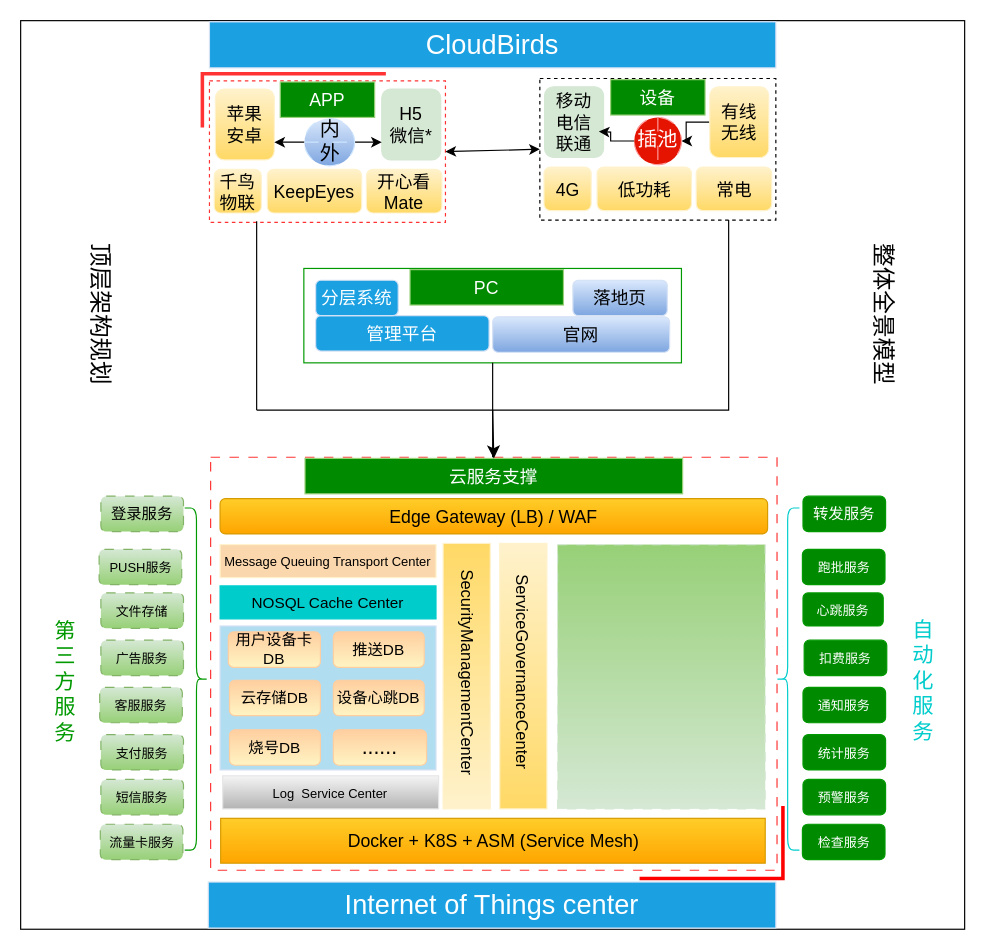
This is cloudbirds/整体全景模型.drawio from luoyongshun/framework, a draw.io file, before an edit. Source tidied: cells renumbered, new cells numbered last; positions are measured from the earlier drawing's top-left corner, leaving out a move shared by most shapes. Both pictures are drawn from the tidied source at 118%, with x=0, y=0 at pixel (-31, 20).
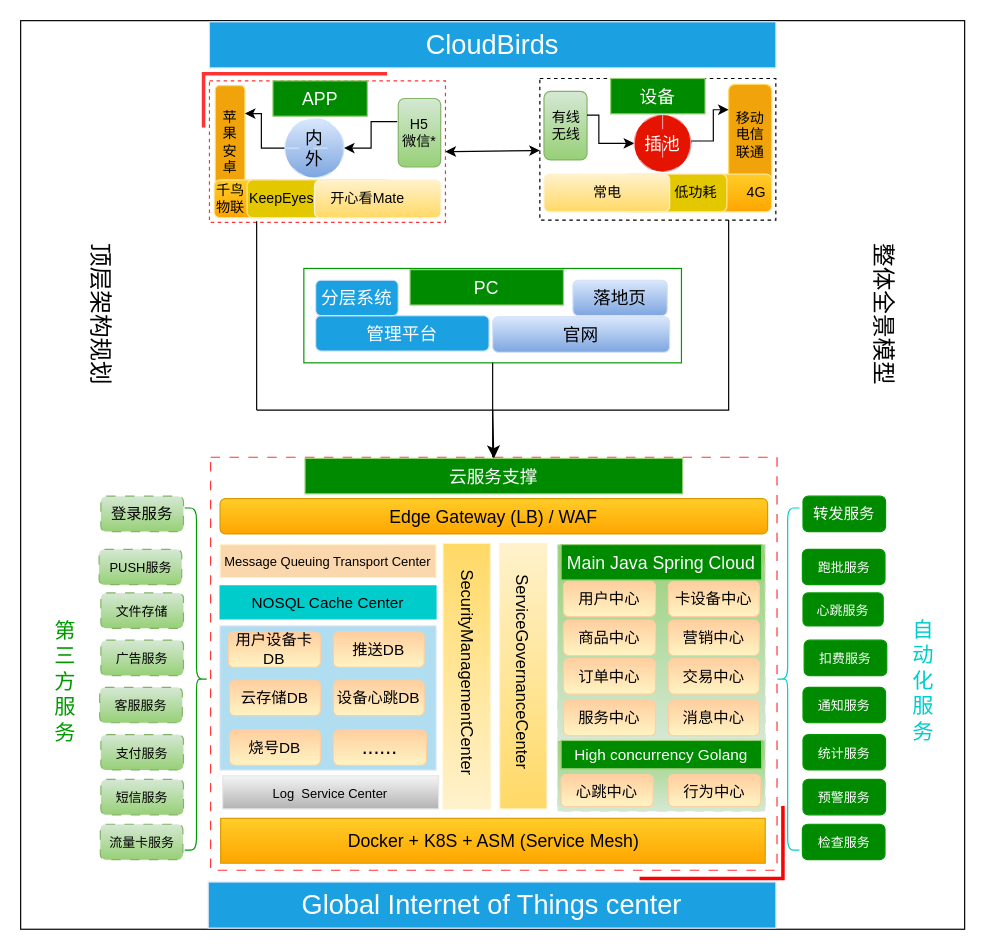
Above is the later version.

Commit message (it also covers changes not shown here):
更新整体全景模型.drawio

Unchanged cells that the change refers to:
```xml
<mxCell id="4" style="rounded=0;whiteSpace=wrap;html=1;fontSize=15;strokeColor=#FF3333;dashed=1;" parent="1" vertex="1">
  <mxGeometry x="203" y="51" width="200" height="120" as="geometry" />
</mxCell>
<mxCell id="5" style="rounded=0;whiteSpace=wrap;html=1;fontSize=15;dashed=1;" parent="1" vertex="1">
  <mxGeometry x="483" y="49" width="200" height="120" as="geometry" />
</mxCell>
```

The edit, as a diff of the source:
```diff
@@
     <mxCell id="7" value="APP" style="text;html=1;align=center;verticalAlign=middle;whiteSpace=wrap;rounded=0;fontSize=15;fillColor=#008a00;fontColor=#ffffff;strokeColor=#97D077;" parent="1" vertex="1">
-      <mxGeometry x="263" y="52" width="80" height="30" as="geometry" />
+      <mxGeometry x="256.8" y="51" width="80" height="30" as="geometry" />
     </mxCell>
     <mxCell id="8" value="设备" style="text;html=1;align=center;verticalAlign=middle;whiteSpace=wrap;rounded=0;fontSize=15;fillColor=#008a00;fontColor=#ffffff;strokeColor=#97D077;" parent="1" vertex="1">
-      <mxGeometry x="543" y="50" width="80" height="30" as="geometry" />
+      <mxGeometry x="543" y="49" width="80" height="30" as="geometry" />
     </mxCell>
@@
-    <mxCell id="11" value="苹果&lt;br&gt;安卓" style="rounded=1;whiteSpace=wrap;html=1;fontSize=15;fillColor=#fff2cc;gradientColor=#ffd966;strokeColor=#FFF2CC;" parent="1" vertex="1">
-      <mxGeometry x="208" y="58" width="50" height="60" as="geometry" />
+    <mxCell id="11" value="苹果&lt;br style=&quot;font-size: 12px;&quot;&gt;安卓" style="rounded=1;whiteSpace=wrap;html=1;fontSize=12;fillColor=#f0a30a;strokeColor=#FFD966;fontColor=#000000;" parent="1" vertex="1">
+      <mxGeometry x="208" y="55" width="25" height="95" as="geometry" />
     </mxCell>
+    <mxCell id="79" style="edgeStyle=orthogonalEdgeStyle;rounded=0;jettySize=auto;html=1;fontSize=12;fontColor=#000000;exitX=-0.023;exitY=0.337;exitDx=0;exitDy=0;exitPerimeter=0;" parent="1" edge="1" source="12" target="33">
+      <mxGeometry relative="1" as="geometry" />
+    </mxCell>
-    <mxCell id="12" value="H5&lt;br&gt;微信*" style="rounded=1;whiteSpace=wrap;html=1;fontSize=15;fillColor=#d5e8d4;gradientColor=#D5E8D4;strokeColor=#D5E8D4;" parent="1" vertex="1">
-      <mxGeometry x="349" y="58" width="50" height="60" as="geometry" />
+    <mxCell id="12" value="H5&lt;br style=&quot;font-size: 12px;&quot;&gt;微信*" style="rounded=1;whiteSpace=wrap;html=1;fontSize=12;fillColor=#d5e8d4;gradientColor=#97d077;strokeColor=#82b366;" parent="1" vertex="1">
+      <mxGeometry x="363" y="66" width="36" height="58" as="geometry" />
     </mxCell>
-    <mxCell id="13" value="&lt;font style=&quot;font-size: 15px;&quot;&gt;千鸟物联&lt;/font&gt;" style="rounded=1;whiteSpace=wrap;html=1;fontSize=15;fillColor=#fff2cc;gradientColor=#ffd966;strokeColor=#FFF2CC;" parent="1" vertex="1">
-      <mxGeometry x="207" y="126" width="40" height="37" as="geometry" />
+    <mxCell id="13" value="&lt;font style=&quot;font-size: 12px;&quot;&gt;千鸟&lt;br&gt;物联&lt;/font&gt;" style="rounded=1;whiteSpace=wrap;html=1;fontSize=12;fillColor=#ffcd28;strokeColor=#FFE599;align=left;gradientColor=#ffa500;" parent="1" vertex="1">
+      <mxGeometry x="207" y="135" width="55.6" height="32" as="geometry" />
     </mxCell>
-    <mxCell id="14" value="KeepEyes" style="rounded=1;whiteSpace=wrap;html=1;fontSize=15;fillColor=#fff2cc;gradientColor=#ffd966;strokeColor=#FFF2CC;" parent="1" vertex="1">
-      <mxGeometry x="252" y="126" width="80" height="37" as="geometry" />
+    <mxCell id="14" value="KeepEyes" style="rounded=1;whiteSpace=wrap;html=1;fontSize=12;fillColor=#e3c800;strokeColor=#FFE599;fontColor=#000000;align=left;" parent="1" vertex="1">
+      <mxGeometry x="234.9" y="135" width="123.8" height="32" as="geometry" />
     </mxCell>
     <mxCell id="15" style="shape=partialRectangle;whiteSpace=wrap;html=1;bottom=0;right=0;fillColor=none;fontSize=15;strokeColor=#FF3333;strokeWidth=3;" parent="1" vertex="1">
-      <mxGeometry x="197" y="45" width="154" height="44" as="geometry" />
+      <mxGeometry x="198" y="45" width="154" height="44" as="geometry" />
     </mxCell>
-    <mxCell id="16" value="开心看Mate" style="rounded=1;whiteSpace=wrap;html=1;fontSize=15;fillColor=#fff2cc;gradientColor=#ffd966;strokeColor=#FFF2CC;" parent="1" vertex="1">
-      <mxGeometry x="336" y="126" width="64" height="37" as="geometry" />
+    <mxCell id="16" value="开心看Mate&amp;nbsp; &amp;nbsp; &amp;nbsp;" style="rounded=1;whiteSpace=wrap;html=1;fontSize=12;fillColor=#fff2cc;strokeColor=#FFF2CC;gradientColor=#ffd966;align=center;" parent="1" vertex="1">
+      <mxGeometry x="292" y="135.1" width="107.1" height="32" as="geometry" />
     </mxCell>
@@
-    <mxCell id="19" style="endArrow=classic;startArrow=classic;html=1;rounded=0;fontSize=21;entryX=0;entryY=0.5;entryDx=0;entryDy=0;exitX=1;exitY=0.5;exitDx=0;exitDy=0;" parent="1" edge="1" source="4" target="5">
-      <mxGeometry relative="1" as="geometry" />
+    <mxCell id="19" style="endArrow=classic;startArrow=classic;html=1;rounded=0;fontSize=21;exitX=1;exitY=0.5;exitDx=0;exitDy=0;" parent="1" edge="1" source="4">
+      <mxGeometry relative="1" as="geometry">
+        <mxPoint x="483" y="110" as="targetPoint" />
+      </mxGeometry>
     </mxCell>
@@
-    <mxCell id="23" value="移动&lt;br&gt;电信&lt;br&gt;联通" style="rounded=1;whiteSpace=wrap;html=1;fontSize=15;fillColor=#d5e8d4;gradientColor=#D5E8D4;strokeColor=#D5E8D4;" parent="1" vertex="1">
-      <mxGeometry x="487" y="56" width="50" height="60" as="geometry" />
+    <mxCell id="23" value="移动&lt;br style=&quot;font-size: 12px;&quot;&gt;电信&lt;br style=&quot;font-size: 12px;&quot;&gt;联通" style="rounded=1;whiteSpace=wrap;html=1;fontSize=12;fillColor=#f0a30a;strokeColor=#FFD966;fontColor=#000000;" parent="1" vertex="1">
+      <mxGeometry x="643" y="54" width="36.5" height="86" as="geometry" />
     </mxCell>
-    <mxCell id="24" style="edgeStyle=orthogonalEdgeStyle;rounded=0;jettySize=auto;html=1;fontSize=17;" parent="1" edge="1" source="25" target="30">
-      <mxGeometry relative="1" as="geometry" />
+    <mxCell id="24" style="edgeStyle=orthogonalEdgeStyle;rounded=0;jettySize=auto;html=1;fontSize=17;exitX=1;exitY=0.5;exitDx=0;exitDy=0;entryX=0;entryY=0.25;entryDx=0;entryDy=0;" parent="1" edge="1" source="30" target="23">
+      <mxGeometry relative="1" as="geometry">
+        <Array as="points">
+          <mxPoint x="611" y="102" />
+          <mxPoint x="630" y="102" />
+          <mxPoint x="630" y="76" />
+        </Array>
+      </mxGeometry>
     </mxCell>
-    <mxCell id="25" value="有线&lt;br&gt;无线" style="rounded=1;whiteSpace=wrap;html=1;fontSize=15;fillColor=#fff2cc;gradientColor=#ffd966;strokeColor=#FFF2CC;" parent="1" vertex="1">
-      <mxGeometry x="627" y="56" width="50" height="60" as="geometry" />
+    <mxCell id="25" value="有线&lt;br style=&quot;font-size: 12px;&quot;&gt;无线" style="rounded=1;whiteSpace=wrap;html=1;fontSize=12;fillColor=#d5e8d4;gradientColor=#97d077;strokeColor=#82b366;" parent="1" vertex="1">
+      <mxGeometry x="486.5" y="60" width="36.5" height="58" as="geometry" />
     </mxCell>
-    <mxCell id="26" value="4G" style="rounded=1;whiteSpace=wrap;html=1;fontSize=15;fillColor=#fff2cc;gradientColor=#ffd966;strokeColor=#FFF2CC;" parent="1" vertex="1">
-      <mxGeometry x="486.5" y="124" width="40" height="37" as="geometry" />
+    <mxCell id="26" value="4G&amp;nbsp;" style="rounded=1;whiteSpace=wrap;html=1;fontSize=12;fillColor=#ffcd28;strokeColor=#FFE599;align=right;gradientColor=#ffa500;" parent="1" vertex="1">
+      <mxGeometry x="633" y="130" width="46.5" height="32" as="geometry" />
     </mxCell>
-    <mxCell id="27" value="低功耗" style="rounded=1;whiteSpace=wrap;html=1;fontSize=15;fillColor=#fff2cc;gradientColor=#ffd966;strokeColor=#FFF2CC;" parent="1" vertex="1">
-      <mxGeometry x="531.5" y="124" width="80" height="37" as="geometry" />
+    <mxCell id="27" value="低功耗&amp;nbsp;&amp;nbsp;" style="rounded=1;whiteSpace=wrap;html=1;fontSize=12;fillColor=#e3c800;strokeColor=#FFE599;fontColor=#000000;align=right;" parent="1" vertex="1">
+      <mxGeometry x="553" y="130" width="88.5" height="32" as="geometry" />
     </mxCell>
-    <mxCell id="28" value="常电" style="rounded=1;whiteSpace=wrap;html=1;fontSize=15;fillColor=#fff2cc;gradientColor=#ffd966;strokeColor=#FFF2CC;" parent="1" vertex="1">
-      <mxGeometry x="615.5" y="124" width="64" height="37" as="geometry" />
+    <mxCell id="28" value="常电" style="rounded=1;whiteSpace=wrap;html=1;fontSize=12;fillColor=#fff2cc;gradientColor=#ffd966;strokeColor=#FFF2CC;" parent="1" vertex="1">
+      <mxGeometry x="486.5" y="130" width="106.5" height="32" as="geometry" />
     </mxCell>
-    <mxCell id="29" style="edgeStyle=orthogonalEdgeStyle;rounded=0;jettySize=auto;html=1;fontSize=16;fontColor=#FF3333;" parent="1" edge="1" source="30">
+    <mxCell id="29" style="edgeStyle=orthogonalEdgeStyle;rounded=0;jettySize=auto;html=1;fontSize=16;fontColor=#FF3333;entryX=0;entryY=0.5;entryDx=0;entryDy=0;" parent="1" edge="1" target="30">
       <mxGeometry relative="1" as="geometry">
-        <mxPoint x="533" y="94" as="targetPoint" />
+        <mxPoint x="523" y="80" as="sourcePoint" />
+        <Array as="points">
+          <mxPoint x="523" y="80" />
+          <mxPoint x="533" y="80" />
+          <mxPoint x="533" y="104" />
+        </Array>
       </mxGeometry>
     </mxCell>
-    <mxCell id="30" value="插池" style="shape=lineEllipse;line=vertical;perimeter=ellipsePerimeter;whiteSpace=wrap;html=1;backgroundOutline=1;strokeColor=#FF9999;fontSize=17;fillColor=#e51400;dashed=1;dashPattern=12 12;fontColor=#ffffff;" parent="1" vertex="1">
-      <mxGeometry x="563" y="82" width="40" height="40" as="geometry" />
+    <mxCell id="30" value="插池" style="shape=lineEllipse;line=vertical;perimeter=ellipsePerimeter;whiteSpace=wrap;html=1;backgroundOutline=1;strokeColor=#FF9999;fontSize=15;fillColor=#e51400;dashed=1;dashPattern=12 12;fontColor=#ffffff;" parent="1" vertex="1">
+      <mxGeometry x="563" y="80" width="48" height="48" as="geometry" />
     </mxCell>
-    <mxCell id="31" style="edgeStyle=orthogonalEdgeStyle;rounded=0;jettySize=auto;html=1;entryX=0;entryY=0.75;entryDx=0;entryDy=0;fontSize=16;fontColor=#FF3333;" parent="1" edge="1" source="33" target="12">
-      <mxGeometry relative="1" as="geometry" />
-    </mxCell>
-    <mxCell id="32" style="edgeStyle=orthogonalEdgeStyle;rounded=0;jettySize=auto;html=1;entryX=1;entryY=0.75;entryDx=0;entryDy=0;fontSize=16;fontColor=#FF3333;" parent="1" edge="1" source="33" target="11">
+    <mxCell id="32" style="edgeStyle=orthogonalEdgeStyle;rounded=0;jettySize=auto;html=1;entryX=1;entryY=0.25;entryDx=0;entryDy=0;fontSize=16;fontColor=#FF3333;" parent="1" edge="1" source="33" target="11">
       <mxGeometry relative="1" as="geometry" />
     </mxCell>
-    <mxCell id="33" value="内&lt;br&gt;外" style="shape=lineEllipse;perimeter=ellipsePerimeter;whiteSpace=wrap;html=1;backgroundOutline=1;strokeColor=#CCE5FF;fontSize=17;fillColor=#dae8fc;dashed=1;dashPattern=12 12;gradientColor=#7ea6e0;" parent="1" vertex="1">
-      <mxGeometry x="283.5" y="83" width="42.5" height="40" as="geometry" />
+    <mxCell id="33" value="内&lt;br style=&quot;font-size: 15px;&quot;&gt;外" style="shape=lineEllipse;perimeter=ellipsePerimeter;whiteSpace=wrap;html=1;backgroundOutline=1;strokeColor=#CCE5FF;fontSize=15;fillColor=#dae8fc;dashed=1;dashPattern=12 12;gradientColor=#7ea6e0;" parent="1" vertex="1">
+      <mxGeometry x="267" y="83" width="50" height="50" as="geometry" />
     </mxCell>
@@
     <mxCell id="62" style="rounded=0;whiteSpace=wrap;html=1;dashed=1;dashPattern=8 8;strokeColor=#D5E8D4;fontSize=13;fontColor=#00CCCC;fillColor=#97D077;gradientColor=#D5E8D4;" parent="1" vertex="1">
-      <mxGeometry x="498" y="444" width="176" height="224" as="geometry" />
+      <mxGeometry x="498" y="444" width="176" height="166" as="geometry" />
     </mxCell>
@@
-    <mxCell id="78" value="Internet of Things center" style="text;html=1;align=center;verticalAlign=middle;whiteSpace=wrap;rounded=0;fontSize=23;fillColor=#1ba1e2;fontColor=#ffffff;strokeColor=#D4E1F5;" parent="1" vertex="1">
+    <mxCell id="78" value="Global Internet of Things center" style="text;html=1;align=center;verticalAlign=middle;whiteSpace=wrap;rounded=0;fontSize=23;fillColor=#1ba1e2;fontColor=#ffffff;strokeColor=#D4E1F5;" parent="1" vertex="1">
       <mxGeometry x="202" y="730" width="481" height="39" as="geometry" />
     </mxCell>
+    <mxCell id="80" value="&lt;font color=&quot;#000000&quot;&gt;用户中心&lt;/font&gt;" style="rounded=1;whiteSpace=wrap;html=1;strokeColor=#FFCE9F;fontSize=13;fontColor=#00CCCC;fillColor=#FFCE9F;gradientColor=#FFF4C3;" parent="1" vertex="1">
+      <mxGeometry x="503" y="475" width="78" height="30" as="geometry" />
+    </mxCell>
+    <mxCell id="81" value="&lt;font color=&quot;#000000&quot;&gt;卡设备中心&lt;/font&gt;" style="rounded=1;whiteSpace=wrap;html=1;strokeColor=#FFCE9F;fontSize=13;fontColor=#00CCCC;fillColor=#FFCE9F;gradientColor=#FFF4C3;" parent="1" vertex="1">
+      <mxGeometry x="592" y="475" width="77" height="30" as="geometry" />
+    </mxCell>
+    <mxCell id="82" value="&lt;font color=&quot;#000000&quot;&gt;商品中心&lt;/font&gt;" style="rounded=1;whiteSpace=wrap;html=1;strokeColor=#FFCE9F;fontSize=13;fontColor=#00CCCC;fillColor=#FFCE9F;gradientColor=#FFF4C3;" parent="1" vertex="1">
+      <mxGeometry x="503" y="508" width="78" height="30" as="geometry" />
+    </mxCell>
+    <mxCell id="83" value="&lt;font color=&quot;#000000&quot;&gt;营销中心&lt;/font&gt;" style="rounded=1;whiteSpace=wrap;html=1;strokeColor=#FFCE9F;fontSize=13;fontColor=#00CCCC;fillColor=#FFCE9F;gradientColor=#FFF4C3;" parent="1" vertex="1">
+      <mxGeometry x="592" y="508" width="77" height="30" as="geometry" />
+    </mxCell>
+    <mxCell id="84" value="&lt;font color=&quot;#000000&quot;&gt;订单中心&lt;/font&gt;" style="rounded=1;whiteSpace=wrap;html=1;strokeColor=#FFCE9F;fontSize=13;fontColor=#00CCCC;fillColor=#FFCE9F;gradientColor=#FFF4C3;" parent="1" vertex="1">
+      <mxGeometry x="503" y="540.7" width="78" height="30" as="geometry" />
+    </mxCell>
+    <mxCell id="85" value="&lt;font color=&quot;#000000&quot;&gt;交易中心&lt;/font&gt;" style="rounded=1;whiteSpace=wrap;html=1;strokeColor=#FFCE9F;fontSize=13;fontColor=#00CCCC;fillColor=#FFCE9F;gradientColor=#FFF4C3;" parent="1" vertex="1">
+      <mxGeometry x="592" y="540.7" width="77" height="30" as="geometry" />
+    </mxCell>
+    <mxCell id="86" value="Main Java Spring Cloud" style="text;html=1;align=center;verticalAlign=middle;whiteSpace=wrap;rounded=0;fontSize=15;fillColor=#008a00;fontColor=#ffffff;strokeColor=#97D077;" parent="1" vertex="1">
+      <mxGeometry x="501" y="444" width="170" height="30" as="geometry" />
+    </mxCell>
+    <mxCell id="87" style="rounded=0;whiteSpace=wrap;html=1;dashed=1;dashPattern=8 8;strokeColor=#D5E8D4;fontSize=13;fontColor=#00CCCC;fillColor=#97D077;gradientColor=#D5E8D4;" parent="1" vertex="1">
+      <mxGeometry x="498" y="610" width="176" height="60" as="geometry" />
+    </mxCell>
+    <mxCell id="88" value="High concurrency Golang" style="text;html=1;align=center;verticalAlign=middle;whiteSpace=wrap;rounded=0;fontSize=13;fillColor=#008a00;fontColor=#ffffff;strokeColor=#97D077;" parent="1" vertex="1">
+      <mxGeometry x="501" y="610" width="170" height="24" as="geometry" />
+    </mxCell>
+    <mxCell id="89" value="&lt;font color=&quot;#000000&quot;&gt;心跳中心&lt;/font&gt;" style="rounded=1;whiteSpace=wrap;html=1;strokeColor=#FFCE9F;fontSize=13;fontColor=#00CCCC;fillColor=#FFCE9F;gradientColor=#FFF4C3;" parent="1" vertex="1">
+      <mxGeometry x="501" y="639" width="78" height="27" as="geometry" />
+    </mxCell>
+    <mxCell id="90" value="&lt;font color=&quot;#000000&quot;&gt;行为中心&lt;/font&gt;" style="rounded=1;whiteSpace=wrap;html=1;strokeColor=#FFCE9F;fontSize=13;fontColor=#00CCCC;fillColor=#FFCE9F;gradientColor=#FFF4C3;" parent="1" vertex="1">
+      <mxGeometry x="592" y="639" width="78" height="27" as="geometry" />
+    </mxCell>
+    <mxCell id="91" value="&lt;font color=&quot;#000000&quot;&gt;服务中心&lt;/font&gt;" style="rounded=1;whiteSpace=wrap;html=1;strokeColor=#FFCE9F;fontSize=13;fontColor=#00CCCC;fillColor=#FFCE9F;gradientColor=#FFF4C3;" parent="1" vertex="1">
+      <mxGeometry x="503" y="576" width="78" height="30" as="geometry" />
+    </mxCell>
+    <mxCell id="92" value="&lt;font color=&quot;#000000&quot;&gt;消息中心&lt;/font&gt;" style="rounded=1;whiteSpace=wrap;html=1;strokeColor=#FFCE9F;fontSize=13;fontColor=#00CCCC;fillColor=#FFCE9F;gradientColor=#FFF4C3;" parent="1" vertex="1">
+      <mxGeometry x="592" y="576" width="77" height="30" as="geometry" />
+    </mxCell>
```
